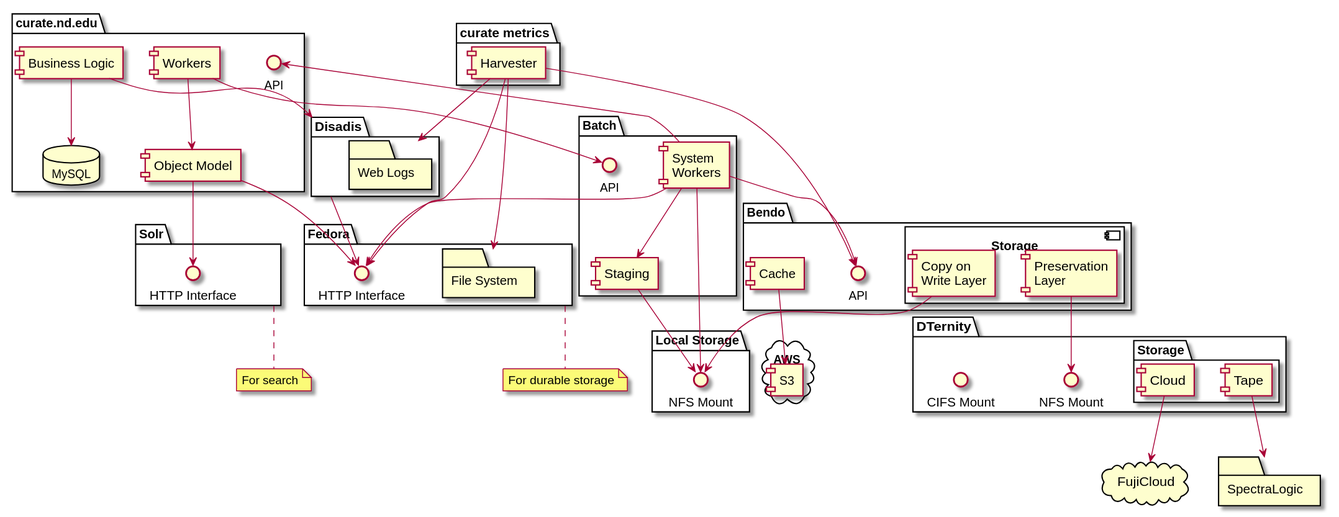
Above: plantuml/curate_nd.svg in ndlib/dam-ecosystem-mapping (PlantUML), before the change.
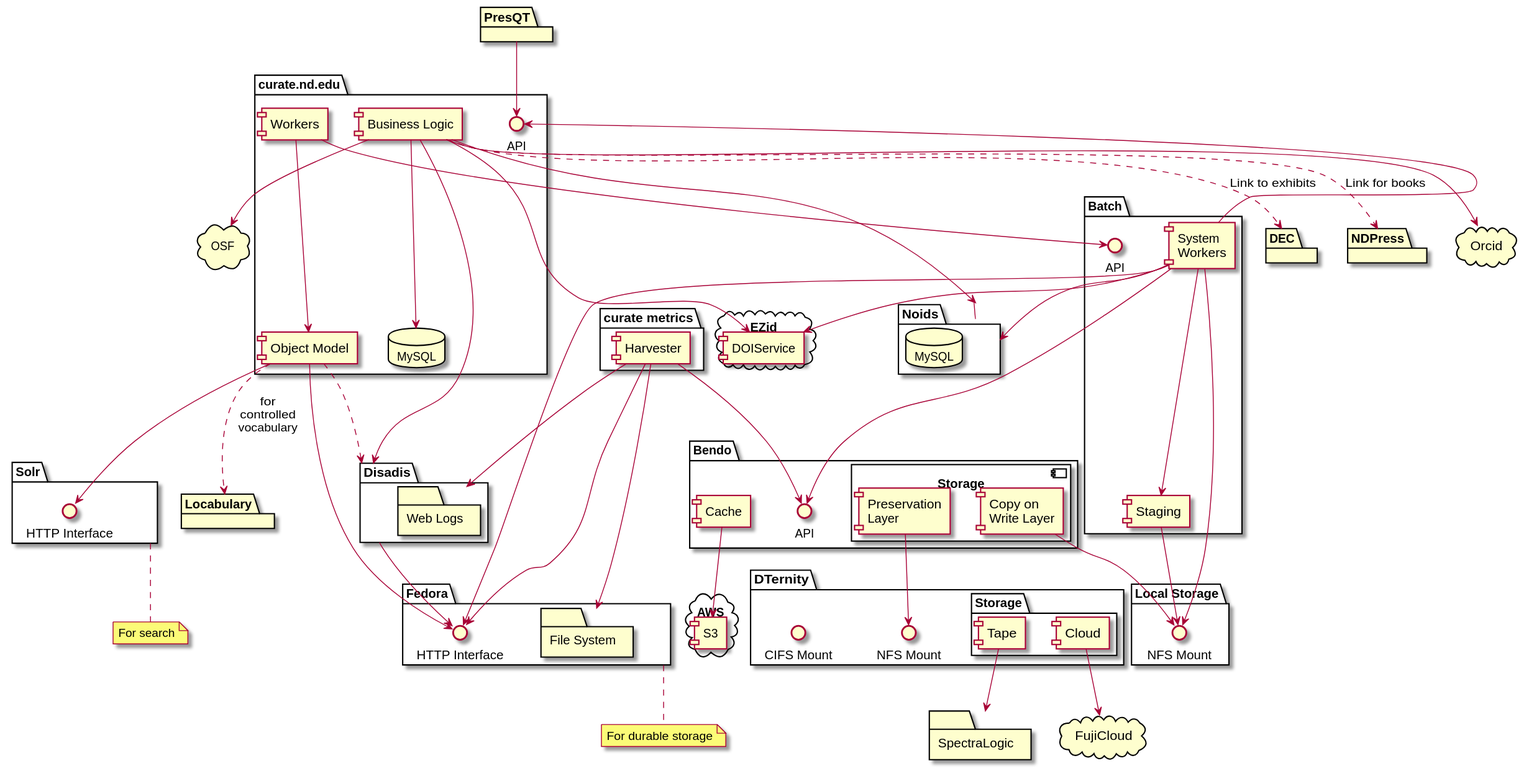
Later version of the same file.

Commit message:
Updating Sipity and Curate

Diff of the diagram source:
```diff
@@ -12,6 +12,23 @@
 package Disadis {
   folder "Web Logs" as WebLogs
 }
+
+cloud OSF
+CurateBL --> OSF
+cloud Orcid
+CurateBL --> Orcid
+
+package DEC
+package NDPress
+package Locabulary
+package PresQT
+
+PresQT --> CurateAPI
+
+CurateOM ..> Disadis
+CurateBL ..> DEC : Link to exhibits
+CurateBL ..> NDPress : Link for books
+CurateOM ..> Locabulary : "for\ncontrolled\nvocabulary"
 
 package "Fedora" {
   interface "HTTP Interface" as FedoraHTTP
@@ -65,6 +82,18 @@
   component S3
 }
 
+cloud EZid {
+  component DOIService as EZidDoiService
+}
+CurateBL --> EZidDoiService
+BatchWorkers --> EZidDoiService
+
+package Noids {
+  database MySQL as MySQLNoids
+}
+CurateBL --> Noids
+BatchWorkers --> Noids
+
 package "curate metrics" {
   component "Harvester"
   Harvester --> WebLogs
```
